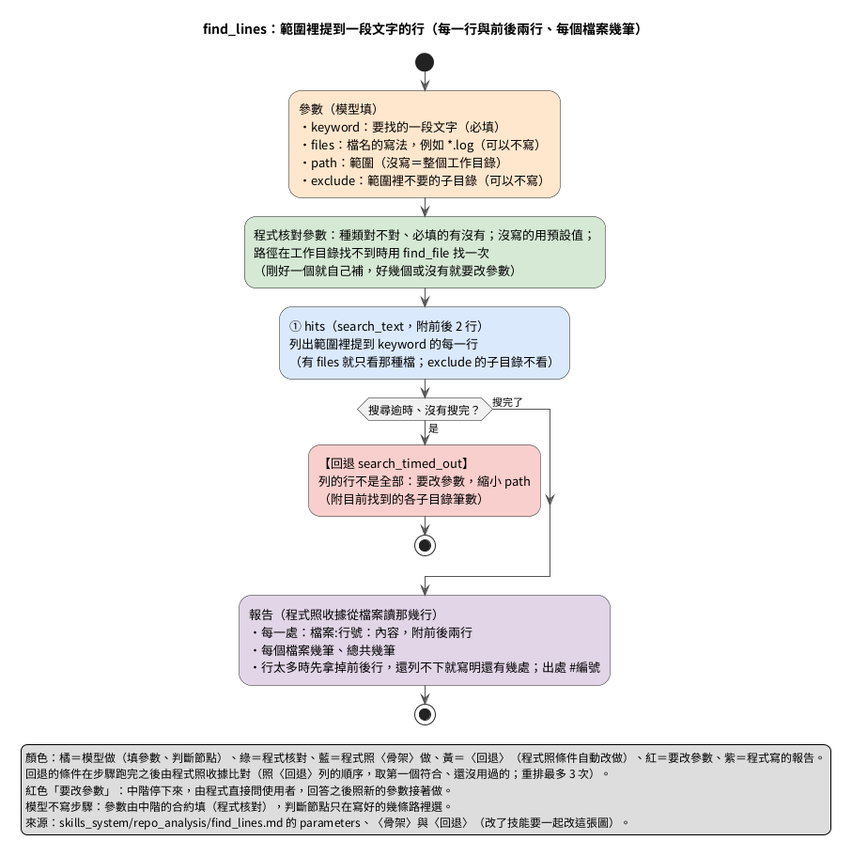
The PlantUML diagram doc/images/複合技能_find_lines.png in DavidZox/Coding_agnet, before a commit.
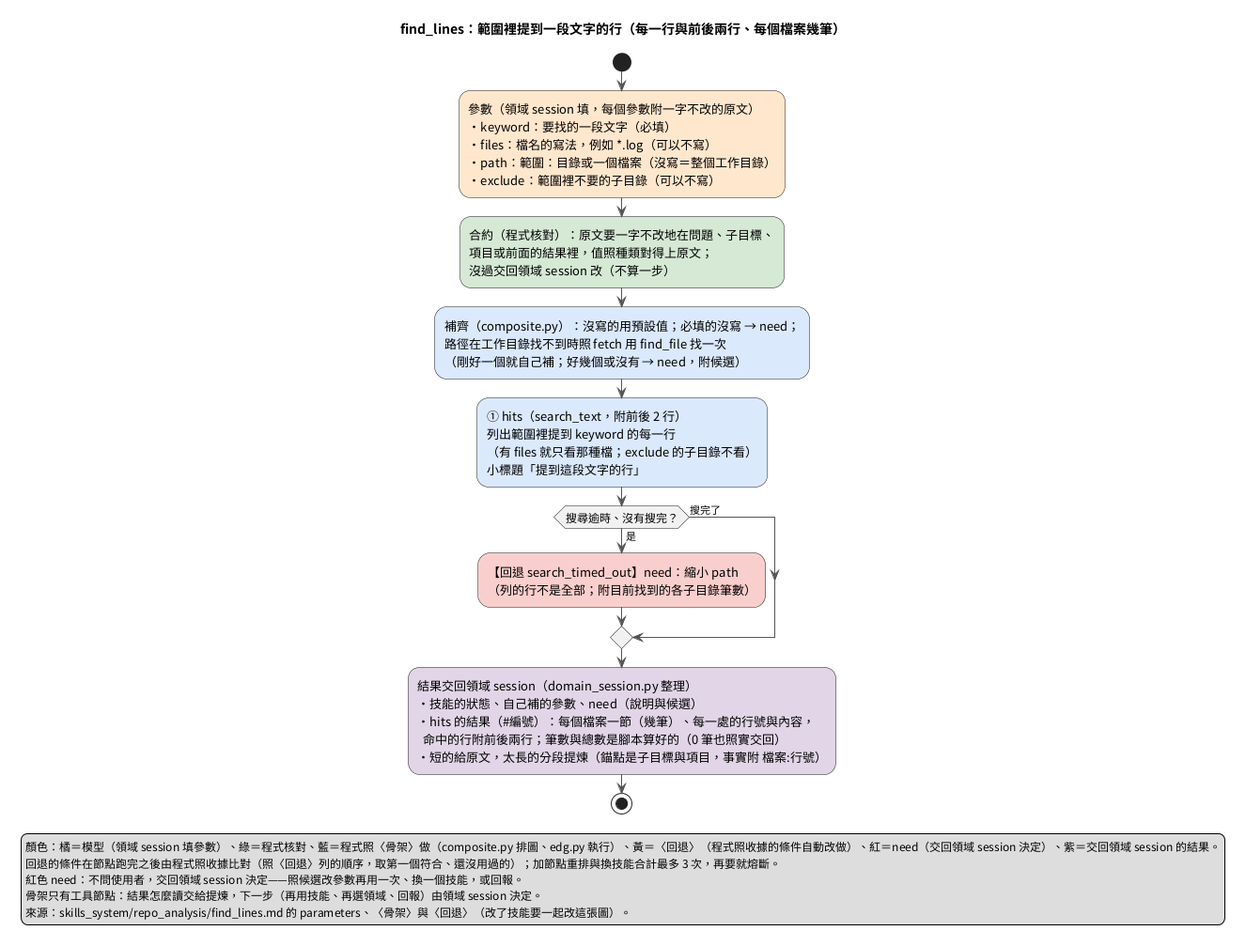
After the change.

Diff of the diagram source:
```diff
@@ -9,34 +9,37 @@
 title find_lines：範圍裡提到一段文字的行（每一行與前後兩行、每個檔案幾筆）
 
 start
-:參數（模型填）
+:參數（領域 session 填，每個參數附一字不改的原文）
 ・keyword：要找的一段文字（必填）
 ・files：檔名的寫法，例如 *.log（可以不寫）
-・path：範圍（沒寫＝整個工作目錄）
+・path：範圍：目錄或一個檔案（沒寫＝整個工作目錄）
 ・exclude：範圍裡不要的子目錄（可以不寫）; <<#FFE6CC>>
-:程式核對參數：種類對不對、必填的有沒有；沒寫的用預設值；
-路徑在工作目錄找不到時用 find_file 找一次
-（剛好一個就自己補，好幾個或沒有就要改參數）; <<#D5E8D4>>
+:合約（程式核對）：原文要一字不改地在問題、子目標、
+項目或前面的結果裡，值照種類對得上原文；
+沒過交回領域 session 改（不算一步）; <<#D5E8D4>>
+:補齊（composite.py）：沒寫的用預設值；必填的沒寫 → need；
+路徑在工作目錄找不到時照 fetch 用 find_file 找一次
+（剛好一個就自己補；好幾個或沒有 → need，附候選）; <<#DAE8FC>>
 :① hits（search_text，附前後 2 行）
 列出範圍裡提到 keyword 的每一行
-（有 files 就只看那種檔；exclude 的子目錄不看）; <<#DAE8FC>>
+（有 files 就只看那種檔；exclude 的子目錄不看）
+小標題「提到這段文字的行」; <<#DAE8FC>>
 if (搜尋逾時、沒有搜完？) then (是)
-  :【回退 search_timed_out】
-  列的行不是全部：要改參數，縮小 path
-  （附目前找到的各子目錄筆數）; <<#F8CECC>>
-  stop
+  :【回退 search_timed_out】need：縮小 path
+  （列的行不是全部；附目前找到的各子目錄筆數）; <<#F8CECC>>
 else (搜完了)
 endif
-:報告（程式照收據從檔案讀那幾行）
-・每一處：檔案:行號：內容，附前後兩行
-・每個檔案幾筆、總共幾筆
-・行太多時先拿掉前後行，還列不下就寫明還有幾處；出處 #編號; <<#E1D5E7>>
+:結果交回領域 session（domain_session.py 整理）
+・技能的狀態、自己補的參數、need（說明與候選）
+・hits 的結果（#編號）：每個檔案一節（幾筆）、每一處的行號與內容，
+  命中的行附前後兩行；筆數與總數是腳本算好的（0 筆也照實交回）
+・短的給原文，太長的分段提煉（錨點是子目標與項目，事實附 檔案:行號）; <<#E1D5E7>>
 stop
 legend bottom
-  顏色：橘＝模型做（填參數、判斷節點）、綠＝程式核對、藍＝程式照〈骨架〉做、黃＝〈回退〉（程式照條件自動改做）、紅＝要改參數、紫＝程式寫的報告。
-  回退的條件在步驟跑完之後由程式照收據比對（照〈回退〉列的順序，取第一個符合、還沒用過的；重排最多 3 次）。
-  紅色「要改參數」：中階停下來，由程式直接問使用者，回答之後照新的參數接著做。
-  模型不寫步驟：參數由中階的合約填（程式核對），判斷節點只在寫好的幾條路裡選。
+  顏色：橘＝模型（領域 session 填參數）、綠＝程式核對、藍＝程式照〈骨架〉做（composite.py 排圖、edg.py 執行）、黃＝〈回退〉（程式照收據的條件自動改做）、紅＝need（交回領域 session 決定）、紫＝交回領域 session 的結果。
+  回退的條件在節點跑完之後由程式照收據比對（照〈回退〉列的順序，取第一個符合、還沒用過的）；加節點重排與換技能合計最多 3 次，再要就熔斷。
+  紅色 need：不問使用者，交回領域 session 決定——照候選改參數再用一次、換一個技能，或回報。
+  骨架只有工具節點：結果怎麼讀交給提煉，下一步（再用技能、再選領域、回報）由領域 session 決定。
   來源：skills_system/repo_analysis/find_lines.md 的 parameters、〈骨架〉與〈回退〉（改了技能要一起改這張圖）。
 endlegend
 @enduml
```
